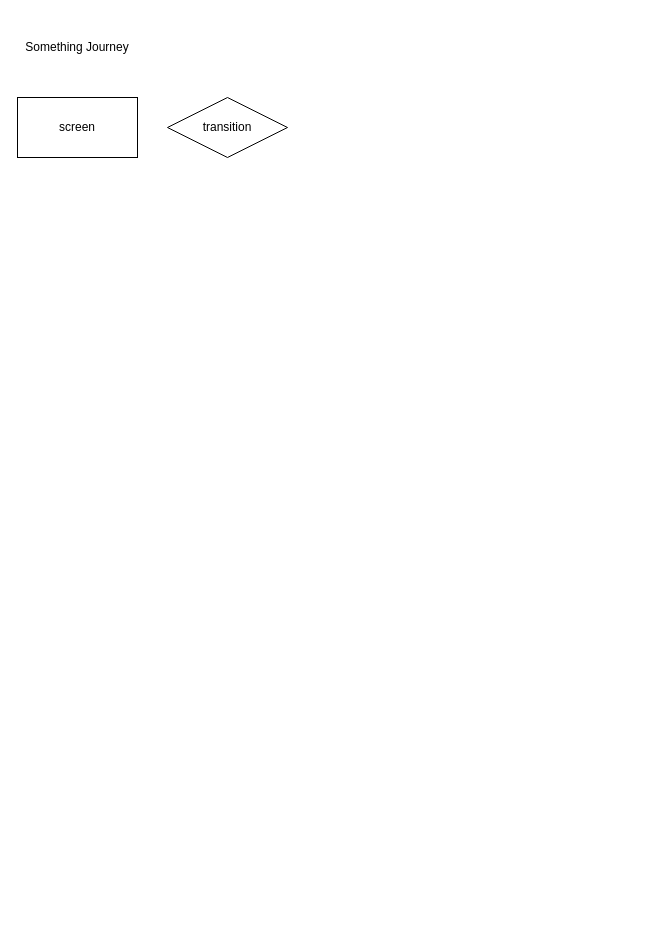
Before: project specifications/COSC_4355_Project.drawio in Ephimoon/COSC_4355_Project, a draw.io diagram. Source tidied: cells renumbered, new cells numbered last; positions are measured from the earlier drawing's top-left corner, leaving out a move shared by most shapes. Both pictures are drawn from the tidied source at 100%, with x=0, y=0 at pixel (17, 17).
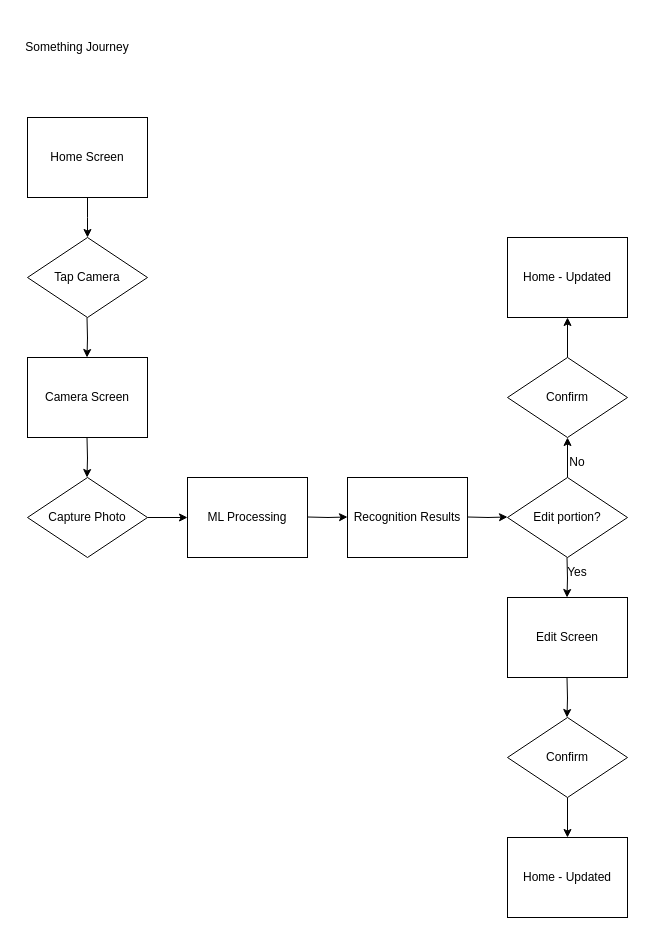
The same diagram, later.

Diff of the diagram source:
```diff
@@
+    <mxCell id="5" style="edgeStyle=orthogonalEdgeStyle;rounded=0;jettySize=auto;html=1;exitX=0.5;exitY=1;exitDx=0;exitDy=0;" parent="1" edge="1" source="2">
+      <mxGeometry relative="1" as="geometry">
+        <mxPoint x="70" y="220" as="targetPoint" />
+      </mxGeometry>
+    </mxCell>
-    <mxCell id="2" value="screen" style="rounded=0;whiteSpace=wrap;html=1;" parent="1" vertex="1">
-      <mxGeometry y="80" width="120" height="60" as="geometry" />
+    <mxCell id="2" value="Home Screen" style="rounded=0;whiteSpace=wrap;html=1;" parent="1" vertex="1">
+      <mxGeometry x="10" y="100" width="120" height="80" as="geometry" />
     </mxCell>
-    <mxCell id="3" value="transition" style="rhombus;whiteSpace=wrap;html=1;" parent="1" vertex="1">
-      <mxGeometry x="150" y="80" width="120" height="60" as="geometry" />
+    <mxCell id="3" value="Tap Camera" style="rhombus;whiteSpace=wrap;html=1;" parent="1" vertex="1">
+      <mxGeometry x="10" y="220" width="120" height="80" as="geometry" />
     </mxCell>
@@
+    <mxCell id="6" value="Camera Screen" style="rounded=0;whiteSpace=wrap;html=1;" parent="1" vertex="1">
+      <mxGeometry x="10" y="340" width="120" height="80" as="geometry" />
+    </mxCell>
+    <mxCell id="7" style="edgeStyle=orthogonalEdgeStyle;rounded=0;orthogonalLoop=1;jettySize=auto;html=1;exitX=0.5;exitY=1;exitDx=0;exitDy=0;" parent="1" edge="1">
+      <mxGeometry relative="1" as="geometry">
+        <mxPoint x="69.5" y="300" as="sourcePoint" />
+        <mxPoint x="69.5" y="340" as="targetPoint" />
+      </mxGeometry>
+    </mxCell>
+    <mxCell id="8" style="edgeStyle=orthogonalEdgeStyle;rounded=0;jettySize=auto;html=1;exitX=1;exitY=0.5;exitDx=0;exitDy=0;entryX=0;entryY=0.5;entryDx=0;entryDy=0;" parent="1" edge="1" source="9" target="11">
+      <mxGeometry relative="1" as="geometry" />
+    </mxCell>
+    <mxCell id="9" value="Capture Photo" style="rhombus;whiteSpace=wrap;html=1;" parent="1" vertex="1">
+      <mxGeometry x="10" y="460" width="120" height="80" as="geometry" />
+    </mxCell>
+    <mxCell id="10" style="edgeStyle=orthogonalEdgeStyle;rounded=0;orthogonalLoop=1;jettySize=auto;html=1;exitX=0.5;exitY=1;exitDx=0;exitDy=0;" parent="1" edge="1">
+      <mxGeometry relative="1" as="geometry">
+        <mxPoint x="69.5" y="420" as="sourcePoint" />
+        <mxPoint x="69.5" y="460" as="targetPoint" />
+      </mxGeometry>
+    </mxCell>
+    <mxCell id="11" value="ML Processing" style="rounded=0;whiteSpace=wrap;html=1;" parent="1" vertex="1">
+      <mxGeometry x="170" y="460" width="120" height="80" as="geometry" />
+    </mxCell>
+    <mxCell id="12" value="Recognition Results" style="rounded=0;whiteSpace=wrap;html=1;" parent="1" vertex="1">
+      <mxGeometry x="330" y="460" width="120" height="80" as="geometry" />
+    </mxCell>
+    <mxCell id="13" style="edgeStyle=orthogonalEdgeStyle;rounded=0;jettySize=auto;html=1;exitX=0.5;exitY=0;exitDx=0;exitDy=0;entryX=0.5;entryY=1;entryDx=0;entryDy=0;" parent="1" edge="1" source="14" target="18">
+      <mxGeometry relative="1" as="geometry" />
+    </mxCell>
+    <mxCell id="14" value="Edit portion?" style="rhombus;whiteSpace=wrap;html=1;" parent="1" vertex="1">
+      <mxGeometry x="490" y="460" width="120" height="80" as="geometry" />
+    </mxCell>
+    <mxCell id="15" style="edgeStyle=orthogonalEdgeStyle;rounded=0;orthogonalLoop=1;jettySize=auto;html=1;exitX=1;exitY=0.5;exitDx=0;exitDy=0;entryX=0;entryY=0.5;entryDx=0;entryDy=0;" parent="1" edge="1">
+      <mxGeometry relative="1" as="geometry">
+        <mxPoint x="290" y="499.5" as="sourcePoint" />
+        <mxPoint x="330" y="499.5" as="targetPoint" />
+      </mxGeometry>
+    </mxCell>
+    <mxCell id="16" style="edgeStyle=orthogonalEdgeStyle;rounded=0;orthogonalLoop=1;jettySize=auto;html=1;exitX=1;exitY=0.5;exitDx=0;exitDy=0;entryX=0;entryY=0.5;entryDx=0;entryDy=0;" parent="1" edge="1">
+      <mxGeometry relative="1" as="geometry">
+        <mxPoint x="450" y="499.5" as="sourcePoint" />
+        <mxPoint x="490" y="499.5" as="targetPoint" />
+      </mxGeometry>
+    </mxCell>
+    <mxCell id="17" style="edgeStyle=orthogonalEdgeStyle;rounded=0;jettySize=auto;html=1;exitX=0.5;exitY=0;exitDx=0;exitDy=0;entryX=0.5;entryY=1;entryDx=0;entryDy=0;" parent="1" edge="1" source="18" target="20">
+      <mxGeometry relative="1" as="geometry" />
+    </mxCell>
+    <mxCell id="18" value="Confirm" style="rhombus;whiteSpace=wrap;html=1;" parent="1" vertex="1">
+      <mxGeometry x="490" y="340" width="120" height="80" as="geometry" />
+    </mxCell>
+    <mxCell id="19" value="No" style="text;strokeColor=none;align=center;fillColor=none;html=1;verticalAlign=middle;whiteSpace=wrap;rounded=0;" parent="1" vertex="1">
+      <mxGeometry x="530" y="430" width="60" height="30" as="geometry" />
+    </mxCell>
+    <mxCell id="20" value="Home - Updated" style="rounded=0;whiteSpace=wrap;html=1;" parent="1" vertex="1">
+      <mxGeometry x="490" y="220" width="120" height="80" as="geometry" />
+    </mxCell>
+    <mxCell id="21" value="Edit Screen" style="rounded=0;whiteSpace=wrap;html=1;" parent="1" vertex="1">
+      <mxGeometry x="490" y="580" width="120" height="80" as="geometry" />
+    </mxCell>
+    <mxCell id="22" style="edgeStyle=orthogonalEdgeStyle;rounded=0;jettySize=auto;html=1;exitX=0.5;exitY=1;exitDx=0;exitDy=0;entryX=0.5;entryY=0;entryDx=0;entryDy=0;" parent="1" edge="1" source="23" target="24">
+      <mxGeometry relative="1" as="geometry" />
+    </mxCell>
+    <mxCell id="23" value="Confirm" style="rhombus;whiteSpace=wrap;html=1;" parent="1" vertex="1">
+      <mxGeometry x="490" y="700" width="120" height="80" as="geometry" />
+    </mxCell>
+    <mxCell id="24" value="Home - Updated" style="rounded=0;whiteSpace=wrap;html=1;" parent="1" vertex="1">
+      <mxGeometry x="490" y="820" width="120" height="80" as="geometry" />
+    </mxCell>
+    <mxCell id="25" style="edgeStyle=orthogonalEdgeStyle;rounded=0;orthogonalLoop=1;jettySize=auto;html=1;exitX=0.5;exitY=1;exitDx=0;exitDy=0;entryX=0.5;entryY=0;entryDx=0;entryDy=0;" parent="1" edge="1">
+      <mxGeometry relative="1" as="geometry">
+        <mxPoint x="549.5" y="660" as="sourcePoint" />
+        <mxPoint x="549.5" y="700" as="targetPoint" />
+      </mxGeometry>
+    </mxCell>
+    <mxCell id="26" style="edgeStyle=orthogonalEdgeStyle;rounded=0;orthogonalLoop=1;jettySize=auto;html=1;exitX=0.5;exitY=1;exitDx=0;exitDy=0;entryX=0.5;entryY=0;entryDx=0;entryDy=0;" parent="1" edge="1">
+      <mxGeometry relative="1" as="geometry">
+        <mxPoint x="549.5" y="540" as="sourcePoint" />
+        <mxPoint x="549.5" y="580" as="targetPoint" />
+      </mxGeometry>
+    </mxCell>
+    <mxCell id="27" value="Yes" style="text;strokeColor=none;align=center;fillColor=none;html=1;verticalAlign=middle;whiteSpace=wrap;rounded=0;" parent="1" vertex="1">
+      <mxGeometry x="530" y="540" width="60" height="30" as="geometry" />
+    </mxCell>
```
